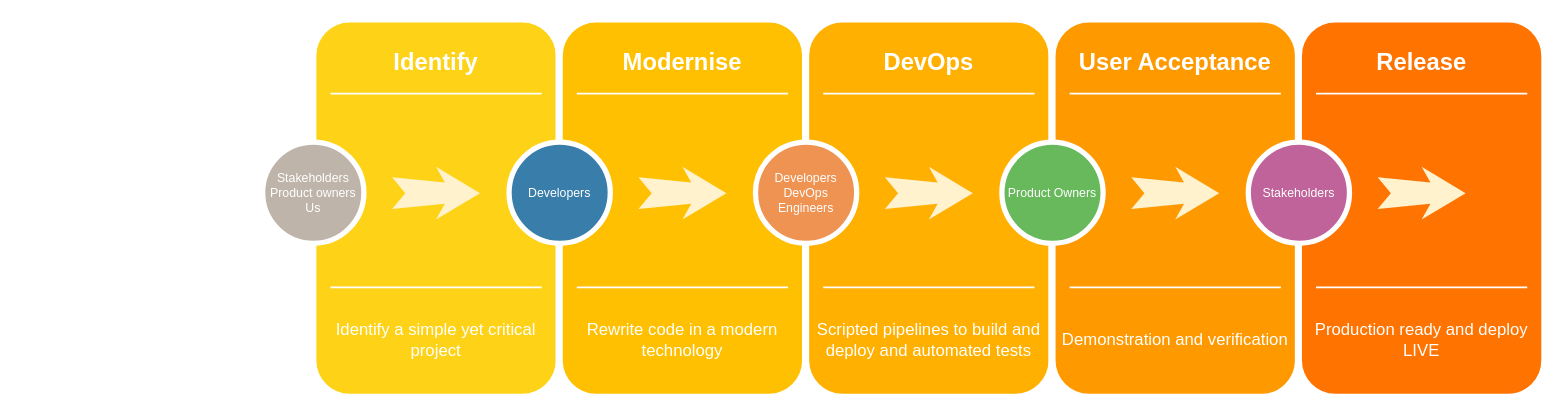
The draw.io diagram IaaC/Assignments/Assignment2/Diagrams/DevOps Implementation Phases.drawio in tonythomas-L00171045/atu, before the edit. Source tidied: cells renumbered, new cells numbered last; positions are measured from the earlier drawing's top-left corner, leaving out a move shared by most shapes. Both pictures are drawn from the tidied source at 88%, with x=0, y=0 at pixel (262, 18).
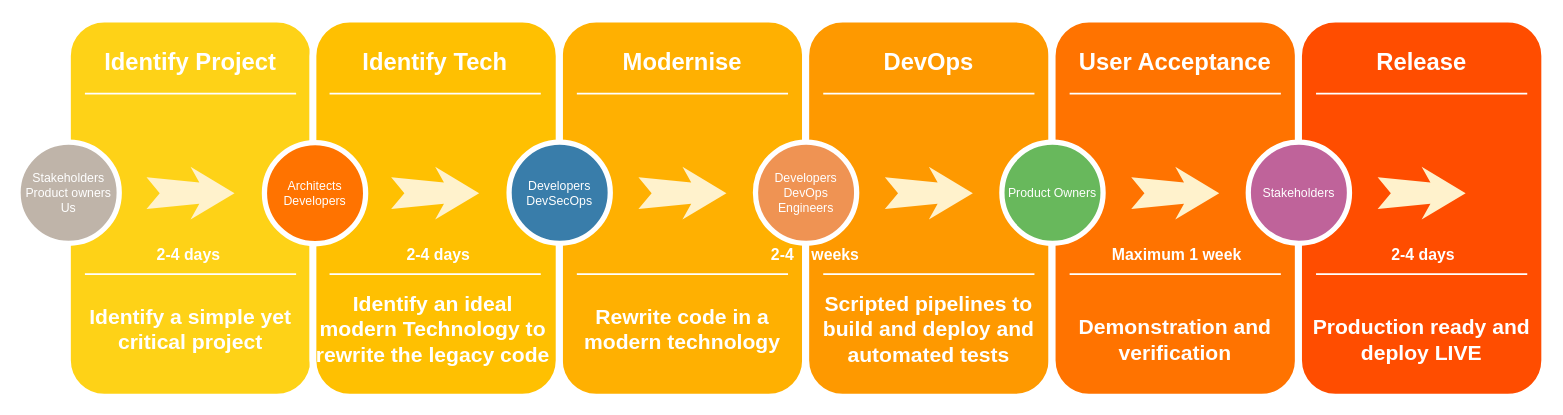
The same page after the edit.

Diff of the diagram source:
```diff
@@
     <mxCell id="2" style="whiteSpace=wrap;html=1;rounded=1;shadow=0;strokeWidth=8;fontSize=20;align=center;fillColor=#FED217;strokeColor=#FFFFFF;" parent="1" vertex="1">
-      <mxGeometry x="57" width="280" height="430" as="geometry" />
+      <mxGeometry x="-222" width="280" height="430" as="geometry" />
     </mxCell>
-    <mxCell id="3" value="Identify" style="text;html=1;strokeColor=none;fillColor=none;align=center;verticalAlign=middle;whiteSpace=wrap;rounded=0;shadow=0;fontSize=27;fontColor=#FFFFFF;fontStyle=1;" parent="1" vertex="1">
-      <mxGeometry x="57" y="20" width="280" height="60" as="geometry" />
+    <mxCell id="3" value="Identify Project" style="text;html=1;strokeColor=none;fillColor=none;align=center;verticalAlign=middle;whiteSpace=wrap;rounded=0;shadow=0;fontSize=27;fontColor=#FFFFFF;fontStyle=1;" parent="1" vertex="1">
+      <mxGeometry x="-222" y="20" width="280" height="60" as="geometry" />
     </mxCell>
-    <mxCell id="4" value="Identify a simple yet critical project" style="text;html=1;strokeColor=none;fillColor=none;align=center;verticalAlign=middle;whiteSpace=wrap;rounded=0;shadow=0;fontSize=19;fontColor=#FFFFFF;" parent="1" vertex="1">
-      <mxGeometry x="57" y="320" width="280" height="90" as="geometry" />
+    <mxCell id="4" value="&lt;font style=&quot;font-size: 24px;&quot;&gt;&lt;b&gt;Identify a simple yet critical project&lt;/b&gt;&lt;/font&gt;" style="text;html=1;strokeColor=none;fillColor=none;align=center;verticalAlign=middle;whiteSpace=wrap;rounded=0;shadow=0;fontSize=19;fontColor=#FFFFFF;" parent="1" vertex="1">
+      <mxGeometry x="-222" y="295" width="280" height="115" as="geometry" />
     </mxCell>
     <mxCell id="5" style="line;strokeWidth=2;html=1;rounded=0;shadow=0;fontSize=27;align=center;fillColor=none;strokeColor=#FFFFFF;" parent="1" vertex="1">
-      <mxGeometry x="77" y="80" width="240" height="10" as="geometry" />
+      <mxGeometry x="-202" y="80" width="240" height="10" as="geometry" />
     </mxCell>
     <mxCell id="6" style="line;strokeWidth=2;html=1;rounded=0;shadow=0;fontSize=27;align=center;fillColor=none;strokeColor=#FFFFFF;" parent="1" vertex="1">
-      <mxGeometry x="77" y="300" width="240" height="10" as="geometry" />
+      <mxGeometry x="-202" y="285" width="240" height="10" as="geometry" />
     </mxCell>
     <mxCell id="7" value="Stakeholders &lt;br&gt;Product owners&lt;br&gt;Us" style="ellipse;whiteSpace=wrap;html=1;rounded=0;shadow=0;strokeWidth=6;fontSize=14;align=center;fillColor=#BFB4A9;strokeColor=#FFFFFF;fontColor=#FFFFFF;" parent="1" vertex="1">
-      <mxGeometry y="140" width="115" height="115" as="geometry" />
+      <mxGeometry x="-278" y="140" width="115" height="115" as="geometry" />
     </mxCell>
     <mxCell id="8" style="html=1;shadow=0;dashed=0;align=center;verticalAlign=middle;shape=mxgraph.arrows2.stylisedArrow;dy=0.6;dx=40;notch=15;feather=0.4;rounded=0;strokeWidth=1;fontSize=27;strokeColor=none;fillColor=#fff2cc;" parent="1" vertex="1">
-      <mxGeometry x="147" y="168" width="100" height="60" as="geometry" />
+      <mxGeometry x="-132" y="168" width="100" height="60" as="geometry" />
     </mxCell>
-    <mxCell id="9" style="whiteSpace=wrap;html=1;rounded=1;shadow=0;strokeWidth=8;fontSize=20;align=center;fillColor=#FFC001;strokeColor=#FFFFFF;" parent="1" vertex="1">
+    <mxCell id="9" style="whiteSpace=wrap;html=1;rounded=1;shadow=0;strokeWidth=8;fontSize=20;align=center;fillColor=#FFB001;strokeColor=#FFFFFF;" parent="1" vertex="1">
       <mxGeometry x="337" width="280" height="430" as="geometry" />
     </mxCell>
@@
-    <mxCell id="11" value="Rewrite code in a modern technology" style="text;html=1;strokeColor=none;fillColor=none;align=center;verticalAlign=middle;whiteSpace=wrap;rounded=0;shadow=0;fontSize=19;fontColor=#FFFFFF;" parent="1" vertex="1">
-      <mxGeometry x="337" y="320" width="280" height="90" as="geometry" />
+    <mxCell id="11" value="&lt;font style=&quot;font-size: 24px;&quot;&gt;&lt;b&gt;Rewrite code in a modern technology&lt;/b&gt;&lt;/font&gt;" style="text;html=1;strokeColor=none;fillColor=none;align=center;verticalAlign=middle;whiteSpace=wrap;rounded=0;shadow=0;fontSize=19;fontColor=#FFFFFF;" parent="1" vertex="1">
+      <mxGeometry x="337" y="295" width="280" height="115" as="geometry" />
     </mxCell>
@@
     <mxCell id="13" style="line;strokeWidth=2;html=1;rounded=0;shadow=0;fontSize=27;align=center;fillColor=none;strokeColor=#FFFFFF;" parent="1" vertex="1">
-      <mxGeometry x="357" y="300" width="240" height="10" as="geometry" />
+      <mxGeometry x="357" y="285" width="240" height="10" as="geometry" />
     </mxCell>
-    <mxCell id="14" value="Developers" style="ellipse;whiteSpace=wrap;html=1;rounded=0;shadow=0;strokeWidth=6;fontSize=14;align=center;fillColor=#397DAA;strokeColor=#FFFFFF;fontColor=#FFFFFF;" parent="1" vertex="1">
-      <mxGeometry x="280" y="140" width="115" height="115" as="geometry" />
-    </mxCell>
@@
-    <mxCell id="16" style="whiteSpace=wrap;html=1;rounded=1;shadow=0;strokeWidth=8;fontSize=20;align=center;fillColor=#FFB001;strokeColor=#FFFFFF;" parent="1" vertex="1">
+    <mxCell id="16" style="whiteSpace=wrap;html=1;rounded=1;shadow=0;strokeWidth=8;fontSize=20;align=center;fillColor=#FE9900;strokeColor=#FFFFFF;" parent="1" vertex="1">
       <mxGeometry x="617" width="280" height="430" as="geometry" />
     </mxCell>
@@
-    <mxCell id="18" value="Scripted pipelines to build and deploy and automated tests" style="text;html=1;strokeColor=none;fillColor=none;align=center;verticalAlign=middle;whiteSpace=wrap;rounded=0;shadow=0;fontSize=19;fontColor=#FFFFFF;" parent="1" vertex="1">
-      <mxGeometry x="617" y="320" width="280" height="90" as="geometry" />
+    <mxCell id="18" value="&lt;font style=&quot;font-size: 24px;&quot;&gt;&lt;b&gt;Scripted pipelines to build and deploy and automated tests&lt;/b&gt;&lt;/font&gt;" style="text;html=1;strokeColor=none;fillColor=none;align=center;verticalAlign=middle;whiteSpace=wrap;rounded=0;shadow=0;fontSize=19;fontColor=#FFFFFF;" parent="1" vertex="1">
+      <mxGeometry x="617" y="295" width="280" height="115" as="geometry" />
     </mxCell>
@@
     <mxCell id="20" style="line;strokeWidth=2;html=1;rounded=0;shadow=0;fontSize=27;align=center;fillColor=none;strokeColor=#FFFFFF;" parent="1" vertex="1">
-      <mxGeometry x="637" y="300" width="240" height="10" as="geometry" />
+      <mxGeometry x="637" y="285" width="240" height="10" as="geometry" />
     </mxCell>
@@
-    <mxCell id="23" style="whiteSpace=wrap;html=1;rounded=1;shadow=0;strokeWidth=8;fontSize=20;align=center;fillColor=#FE9900;strokeColor=#FFFFFF;" parent="1" vertex="1">
+    <mxCell id="23" style="whiteSpace=wrap;html=1;rounded=1;shadow=0;strokeWidth=8;fontSize=20;align=center;fillColor=#FF7300;strokeColor=#FFFFFF;" parent="1" vertex="1">
       <mxGeometry x="897" width="280" height="430" as="geometry" />
     </mxCell>
@@
-    <mxCell id="25" value="Demonstration and verification" style="text;html=1;strokeColor=none;fillColor=none;align=center;verticalAlign=middle;whiteSpace=wrap;rounded=0;shadow=0;fontSize=19;fontColor=#FFFFFF;" parent="1" vertex="1">
+    <mxCell id="25" value="&lt;font style=&quot;font-size: 24px;&quot;&gt;&lt;b&gt;Demonstration and verification&lt;/b&gt;&lt;/font&gt;" style="text;html=1;strokeColor=none;fillColor=none;align=center;verticalAlign=middle;whiteSpace=wrap;rounded=0;shadow=0;fontSize=19;fontColor=#FFFFFF;" parent="1" vertex="1">
       <mxGeometry x="897" y="320" width="280" height="90" as="geometry" />
     </mxCell>
@@
     <mxCell id="27" style="line;strokeWidth=2;html=1;rounded=0;shadow=0;fontSize=27;align=center;fillColor=none;strokeColor=#FFFFFF;" parent="1" vertex="1">
-      <mxGeometry x="917" y="300" width="240" height="10" as="geometry" />
+      <mxGeometry x="917" y="285" width="240" height="10" as="geometry" />
     </mxCell>
@@
-    <mxCell id="30" style="whiteSpace=wrap;html=1;rounded=1;shadow=0;strokeWidth=8;fontSize=20;align=center;fillColor=#FF7300;strokeColor=#FFFFFF;" parent="1" vertex="1">
+    <mxCell id="30" style="whiteSpace=wrap;html=1;rounded=1;shadow=0;strokeWidth=8;fontSize=20;align=center;fillColor=#FF4D00;strokeColor=#FFFFFF;" parent="1" vertex="1">
       <mxGeometry x="1177" width="280" height="430" as="geometry" />
     </mxCell>
@@
-    <mxCell id="33" value="Production ready and deploy LIVE" style="text;html=1;strokeColor=none;fillColor=none;align=center;verticalAlign=middle;whiteSpace=wrap;rounded=0;shadow=0;fontSize=19;fontColor=#FFFFFF;" parent="1" vertex="1">
+    <mxCell id="33" value="&lt;font style=&quot;font-size: 24px;&quot;&gt;&lt;b&gt;Production ready and deploy LIVE&lt;/b&gt;&lt;/font&gt;" style="text;html=1;strokeColor=none;fillColor=none;align=center;verticalAlign=middle;whiteSpace=wrap;rounded=0;shadow=0;fontSize=19;fontColor=#FFFFFF;" parent="1" vertex="1">
       <mxGeometry x="1177" y="320" width="280" height="90" as="geometry" />
     </mxCell>
@@
     <mxCell id="35" style="line;strokeWidth=2;html=1;rounded=0;shadow=0;fontSize=27;align=center;fillColor=none;strokeColor=#FFFFFF;" parent="1" vertex="1">
-      <mxGeometry x="1197" y="300" width="240" height="10" as="geometry" />
+      <mxGeometry x="1197" y="285" width="240" height="10" as="geometry" />
     </mxCell>
@@
+    <mxCell id="37" style="whiteSpace=wrap;html=1;rounded=1;shadow=0;strokeWidth=8;fontSize=20;align=center;fillColor=#FFC001;strokeColor=#FFFFFF;" parent="1" vertex="1">
+      <mxGeometry x="57" width="280" height="430" as="geometry" />
+    </mxCell>
+    <mxCell id="38" value="Identify Tech" style="text;html=1;strokeColor=none;fillColor=none;align=center;verticalAlign=middle;whiteSpace=wrap;rounded=0;shadow=0;fontSize=27;fontColor=#FFFFFF;fontStyle=1;" parent="1" vertex="1">
+      <mxGeometry x="56" y="20" width="280" height="60" as="geometry" />
+    </mxCell>
+    <mxCell id="39" value="&lt;font style=&quot;font-size: 24px;&quot;&gt;&lt;b&gt;Identify an ideal modern Technology to rewrite the legacy code&lt;/b&gt;&lt;/font&gt;" style="text;html=1;strokeColor=none;fillColor=none;align=center;verticalAlign=middle;whiteSpace=wrap;rounded=0;shadow=0;fontSize=19;fontColor=#FFFFFF;" parent="1" vertex="1">
+      <mxGeometry x="56" y="295" width="275" height="115" as="geometry" />
+    </mxCell>
+    <mxCell id="40" style="line;strokeWidth=2;html=1;rounded=0;shadow=0;fontSize=27;align=center;fillColor=none;strokeColor=#FFFFFF;" parent="1" vertex="1">
+      <mxGeometry x="76" y="80" width="240" height="10" as="geometry" />
+    </mxCell>
+    <mxCell id="41" style="line;strokeWidth=2;html=1;rounded=0;shadow=0;fontSize=27;align=center;fillColor=none;strokeColor=#FFFFFF;" parent="1" vertex="1">
+      <mxGeometry x="76" y="285" width="240" height="10" as="geometry" />
+    </mxCell>
+    <mxCell id="42" style="html=1;shadow=0;dashed=0;align=center;verticalAlign=middle;shape=mxgraph.arrows2.stylisedArrow;dy=0.6;dx=40;notch=15;feather=0.4;rounded=0;strokeWidth=1;fontSize=27;strokeColor=none;fillColor=#fff2cc;" parent="1" vertex="1">
+      <mxGeometry x="146" y="168" width="100" height="60" as="geometry" />
+    </mxCell>
+    <mxCell id="43" value="Architects&lt;br&gt;Developers" style="ellipse;whiteSpace=wrap;html=1;rounded=0;shadow=0;strokeWidth=6;fontSize=14;align=center;fillColor=#FF7300;strokeColor=#FFFFFF;fontColor=#FFFFFF;" parent="1" vertex="1">
+      <mxGeometry x="2" y="140.5" width="115" height="115" as="geometry" />
+    </mxCell>
+    <mxCell id="14" value="Developers&lt;br&gt;DevSecOps" style="ellipse;whiteSpace=wrap;html=1;rounded=0;shadow=0;strokeWidth=6;fontSize=14;align=center;fillColor=#397DAA;strokeColor=#FFFFFF;fontColor=#FFFFFF;" parent="1" vertex="1">
+      <mxGeometry x="280" y="140" width="115" height="115" as="geometry" />
+    </mxCell>
+    <mxCell id="44" value="&lt;font style=&quot;font-size: 18px;&quot;&gt;2-4 days&lt;/font&gt;" style="text;html=1;strokeColor=none;fillColor=none;align=center;verticalAlign=middle;whiteSpace=wrap;rounded=0;shadow=0;fontSize=27;fontColor=#FFFFFF;fontStyle=1;" parent="1" vertex="1">
+      <mxGeometry x="-224" y="235" width="280" height="60" as="geometry" />
+    </mxCell>
+    <mxCell id="45" value="&lt;font style=&quot;font-size: 18px;&quot;&gt;2-4 days&lt;/font&gt;" style="text;html=1;strokeColor=none;fillColor=none;align=center;verticalAlign=middle;whiteSpace=wrap;rounded=0;shadow=0;fontSize=27;fontColor=#FFFFFF;fontStyle=1;" parent="1" vertex="1">
+      <mxGeometry x="60" y="235" width="280" height="60" as="geometry" />
+    </mxCell>
+    <mxCell id="46" value="&lt;font style=&quot;font-size: 18px;&quot;&gt;2-4&amp;nbsp; &amp;nbsp; weeks&lt;/font&gt;" style="text;html=1;strokeColor=none;fillColor=none;align=center;verticalAlign=middle;whiteSpace=wrap;rounded=0;shadow=0;fontSize=27;fontColor=#FFFFFF;fontStyle=1;" parent="1" vertex="1">
+      <mxGeometry x="488" y="235" width="280" height="60" as="geometry" />
+    </mxCell>
+    <mxCell id="47" value="&lt;font style=&quot;font-size: 18px;&quot;&gt;Maximum 1 week&lt;/font&gt;" style="text;html=1;strokeColor=none;fillColor=none;align=center;verticalAlign=middle;whiteSpace=wrap;rounded=0;shadow=0;fontSize=27;fontColor=#FFFFFF;fontStyle=1;" parent="1" vertex="1">
+      <mxGeometry x="899" y="235" width="280" height="60" as="geometry" />
+    </mxCell>
+    <mxCell id="48" value="&lt;font style=&quot;font-size: 18px;&quot;&gt;2-4 days&lt;/font&gt;" style="text;html=1;strokeColor=none;fillColor=none;align=center;verticalAlign=middle;whiteSpace=wrap;rounded=0;shadow=0;fontSize=27;fontColor=#FFFFFF;fontStyle=1;" parent="1" vertex="1">
+      <mxGeometry x="1179" y="235" width="280" height="60" as="geometry" />
+    </mxCell>
```
